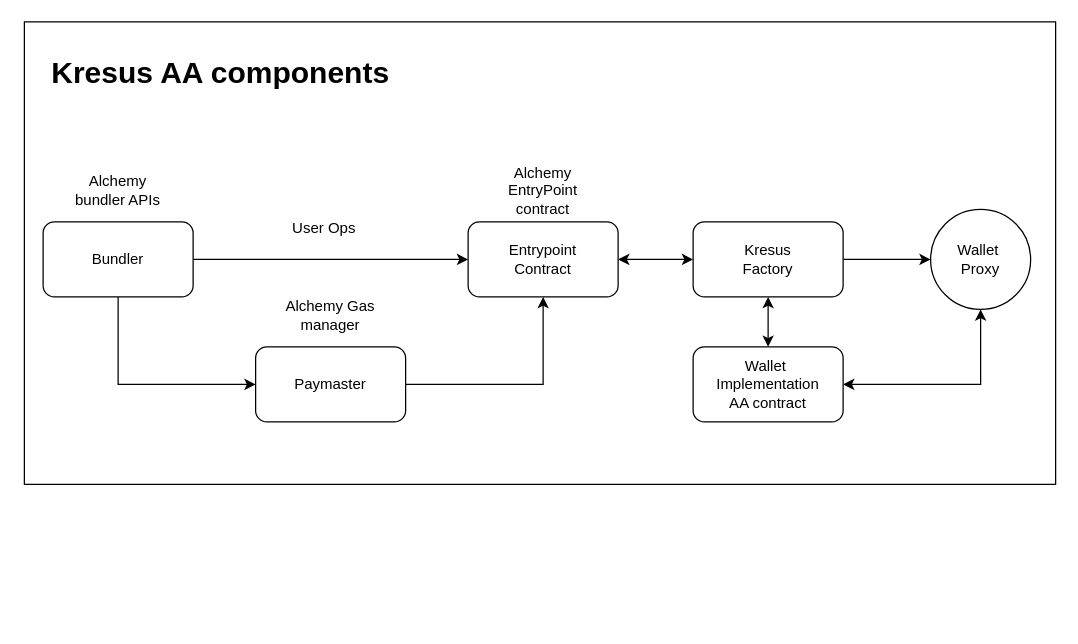
Above: AA-flow.drawio in ali-05-ahmed/Concept-Diagrams (draw.io), before the change. Source tidied: cells renumbered, new cells numbered last; positions are measured from the earlier drawing's top-left corner, leaving out a move shared by most shapes. Both pictures are drawn from the tidied source at 125%, with x=0, y=0 at pixel (24, 21).
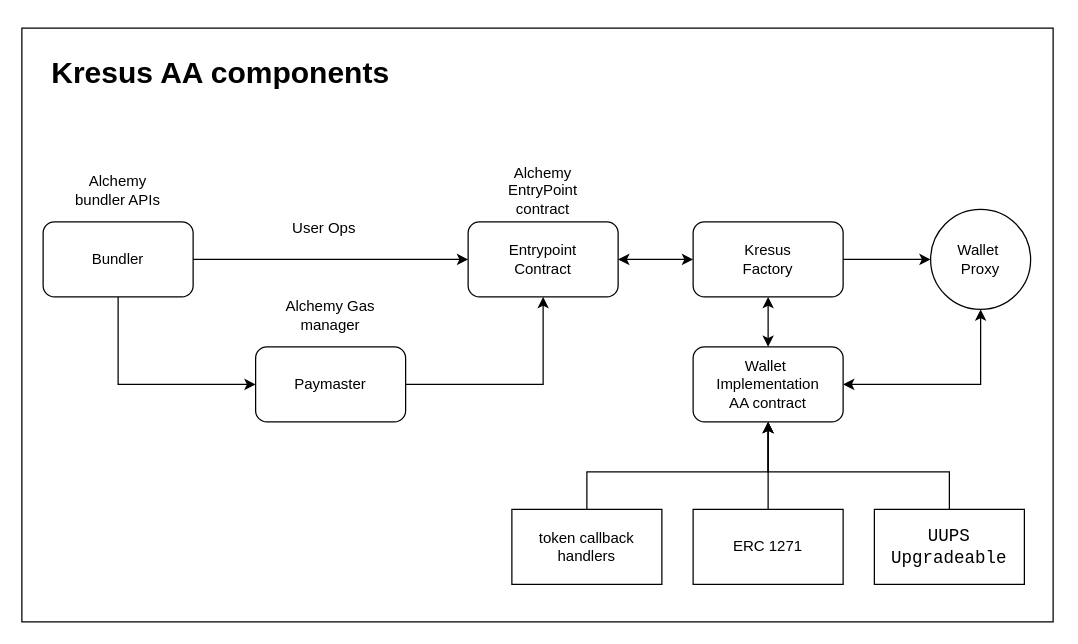
The same page after the edit.

Unchanged cells that the change refers to:
```xml
<mxCell id="18" value="Wallet&amp;nbsp;&lt;br&gt;Implementation&lt;br&gt;AA contract" style="rounded=1;whiteSpace=wrap;html=1;" parent="1" vertex="1">
  <mxGeometry x="535" y="260" width="120" height="60" as="geometry" />
</mxCell>
```

The edit, as a diff of the source:
```diff
@@
     <mxCell id="2" style="rounded=0;whiteSpace=wrap;html=1;" parent="1" vertex="1">
-      <mxGeometry width="825" height="370" as="geometry" />
+      <mxGeometry x="-2" y="5" width="825" height="475" as="geometry" />
     </mxCell>
@@
+    <mxCell id="21" style="edgeStyle=orthogonalEdgeStyle;rounded=0;jettySize=auto;html=1;" parent="1" edge="1" source="22" target="18">
+      <mxGeometry relative="1" as="geometry">
+        <Array as="points">
+          <mxPoint x="450" y="360" />
+          <mxPoint x="595" y="360" />
+        </Array>
+      </mxGeometry>
+    </mxCell>
+    <mxCell id="22" value="token callback handlers" style="rounded=0;whiteSpace=wrap;html=1;" parent="1" vertex="1">
+      <mxGeometry x="390" y="390" width="120" height="60" as="geometry" />
+    </mxCell>
+    <mxCell id="23" style="edgeStyle=orthogonalEdgeStyle;rounded=0;jettySize=auto;html=1;" parent="1" edge="1" source="24" target="18">
+      <mxGeometry relative="1" as="geometry" />
+    </mxCell>
+    <mxCell id="24" value="ERC 1271" style="rounded=0;whiteSpace=wrap;html=1;" parent="1" vertex="1">
+      <mxGeometry x="535" y="390" width="120" height="60" as="geometry" />
+    </mxCell>
+    <mxCell id="25" style="edgeStyle=orthogonalEdgeStyle;rounded=0;jettySize=auto;html=1;entryX=0.5;entryY=1;entryDx=0;entryDy=0;" parent="1" edge="1" source="26" target="18">
+      <mxGeometry relative="1" as="geometry">
+        <Array as="points">
+          <mxPoint x="740" y="360" />
+          <mxPoint x="595" y="360" />
+        </Array>
+      </mxGeometry>
+    </mxCell>
+    <mxCell id="26" value="&lt;span style=&quot;font-family: Consolas, &amp;quot;Courier New&amp;quot;, monospace; font-size: 14px; text-align: left; white-space: pre; background-color: rgb(255, 255, 255);&quot;&gt;UUPS&lt;br/&gt;Upgradeable&lt;/span&gt;" style="rounded=0;whiteSpace=wrap;html=1;" parent="1" vertex="1">
+      <mxGeometry x="680" y="390" width="120" height="60" as="geometry" />
+    </mxCell>
```
